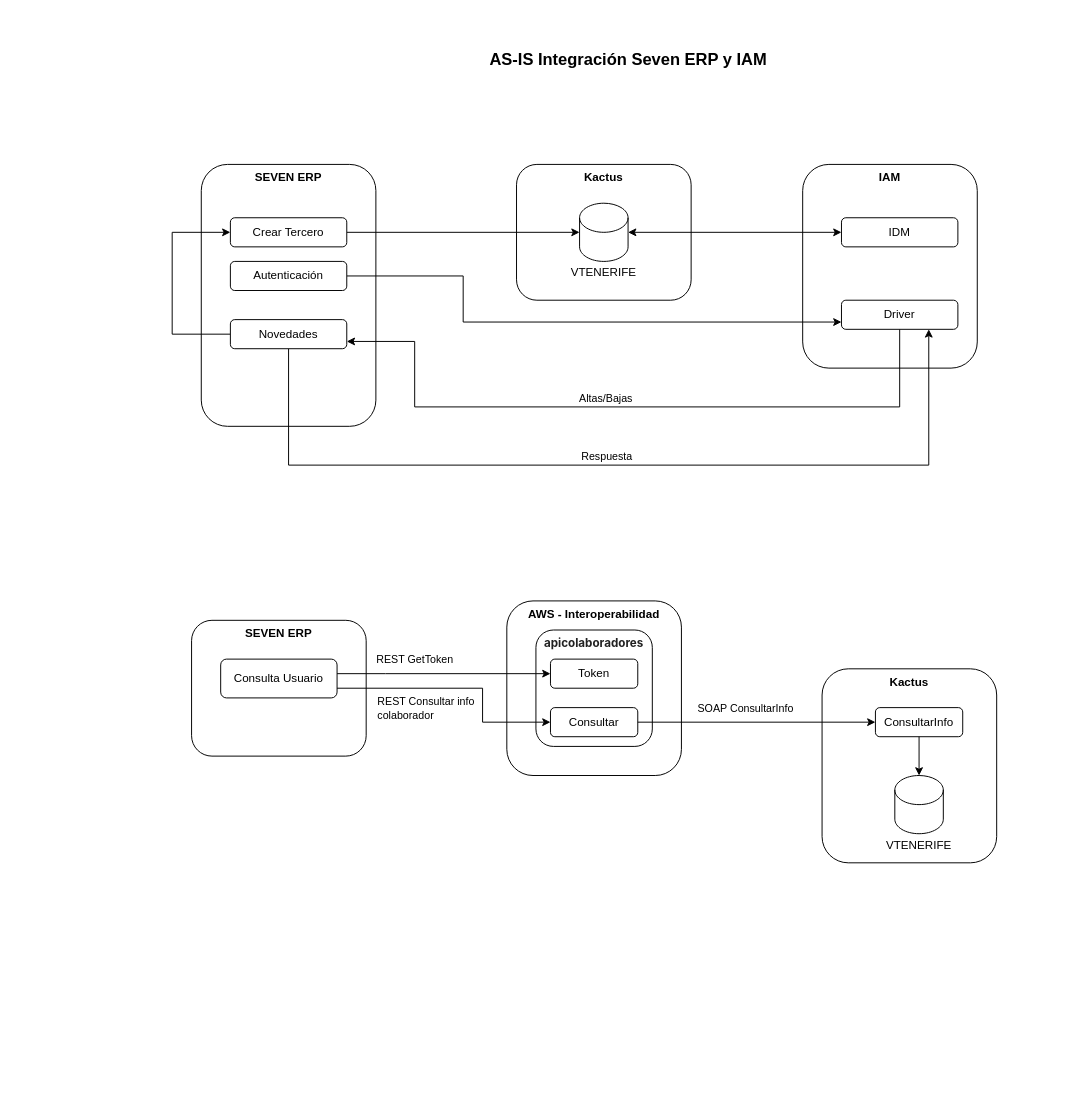
This is page "AS-IS" (1 of 2) of IAM-Seven.drawio from carlosvalderrama1204/diagrams, a draw.io file, before an edit. Source tidied: cells renumbered, new cells numbered last; positions are measured from the earlier drawing's top-left corner, leaving out a move shared by most shapes. Both pictures are drawn from the tidied source at 97%, with x=0, y=0 at pixel (172, 46).
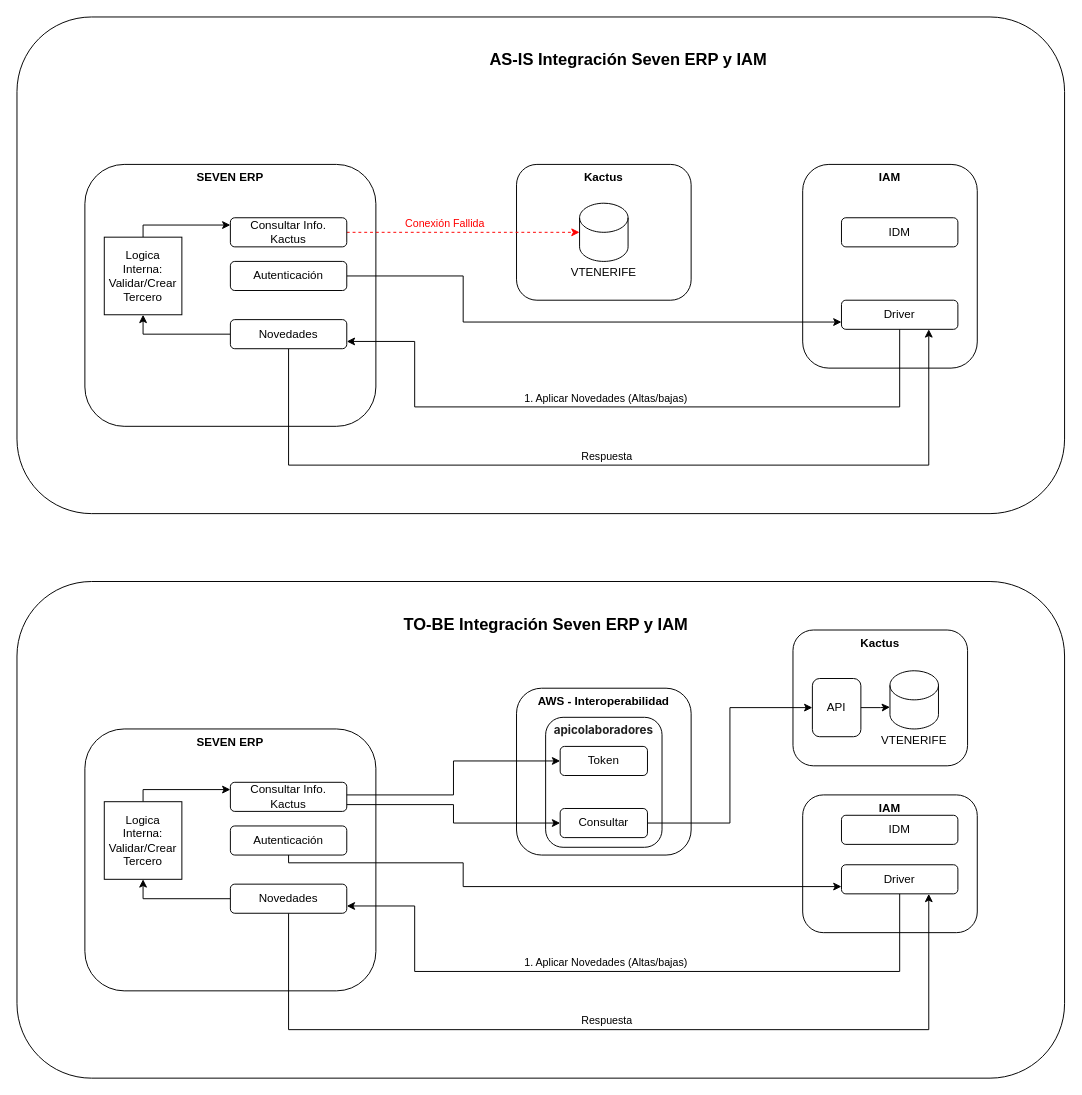
After the change.

The change refers to these unchanged cells:
```xml
<mxCell id="4" value="&lt;div&gt;&lt;br&gt;&lt;/div&gt;&lt;div&gt;&lt;br&gt;&lt;/div&gt;&lt;div&gt;&lt;br&gt;&lt;/div&gt;&lt;div&gt;&lt;br&gt;&lt;/div&gt;VTENERIFE" style="shape=cylinder3;whiteSpace=wrap;html=1;boundedLbl=1;backgroundOutline=1;size=15;" parent="1" vertex="1">
  <mxGeometry x="420" y="162" width="50" height="60" as="geometry" />
</mxCell>
<mxCell id="9" value="IDM" style="rounded=1;whiteSpace=wrap;html=1;" parent="1" vertex="1">
  <mxGeometry x="690" y="177" width="120" height="30" as="geometry" />
</mxCell>
<mxCell id="11" style="edgeStyle=orthogonalEdgeStyle;rounded=0;jettySize=auto;html=1;entryX=1;entryY=0.75;entryDx=0;entryDy=0;" parent="1" edge="1" source="13" target="19">
  <mxGeometry relative="1" as="geometry">
    <Array as="points">
      <mxPoint x="750" y="372" />
      <mxPoint x="250" y="372" />
      <mxPoint x="250" y="305" />
    </Array>
  </mxGeometry>
</mxCell>
<mxCell id="19" value="Novedades" style="rounded=1;whiteSpace=wrap;html=1;" parent="1" vertex="1">
  <mxGeometry x="60" y="282" width="120" height="30" as="geometry" />
</mxCell>
```

Change to the diagram source:
```diff
@@
+    <mxCell id="36" style="rounded=1;whiteSpace=wrap;html=1;" parent="1" vertex="1">
+      <mxGeometry x="-160" y="-30" width="1080" height="512" as="geometry" />
+    </mxCell>
     <mxCell id="2" value="&lt;span&gt;SEVEN ERP&lt;/span&gt;" style="rounded=1;whiteSpace=wrap;html=1;verticalAlign=top;fontStyle=1;" parent="1" vertex="1">
-      <mxGeometry x="30" y="122" width="180" height="270" as="geometry" />
+      <mxGeometry x="-90" y="122" width="300" height="270" as="geometry" />
     </mxCell>
@@
-    <mxCell id="5" style="edgeStyle=orthogonalEdgeStyle;rounded=0;jettySize=auto;html=1;" parent="1" edge="1" source="6" target="4">
+    <mxCell id="5" style="edgeStyle=orthogonalEdgeStyle;rounded=0;jettySize=auto;html=1;dashed=1;strokeColor=#FF0000;" parent="1" edge="1" source="6" target="4">
       <mxGeometry relative="1" as="geometry" />
     </mxCell>
+    <mxCell id="37" value="Conexión Fallida" style="edgeLabel;html=1;align=center;verticalAlign=middle;fontColor=#FF0000;" parent="5" vertex="1">
+      <mxGeometry x="-0.51" y="-1" relative="1" as="geometry">
+        <mxPoint x="41" y="-11" as="offset" />
+      </mxGeometry>
+    </mxCell>
-    <mxCell id="6" value="Crear Tercero" style="rounded=1;whiteSpace=wrap;html=1;" parent="1" vertex="1">
+    <mxCell id="6" value="Consultar Info. Kactus" style="rounded=1;whiteSpace=wrap;html=1;" parent="1" vertex="1">
       <mxGeometry x="60" y="177" width="120" height="30" as="geometry" />
     </mxCell>
@@
-    <mxCell id="10" style="endArrow=classic;startArrow=classic;html=1;rounded=0;exitX=1;exitY=0.5;exitDx=0;exitDy=0;exitPerimeter=0;" parent="1" edge="1" source="4" target="9">
-      <mxGeometry relative="1" as="geometry" />
-    </mxCell>
@@
-    <mxCell id="12" value="Altas/Bajas" style="edgeLabel;html=1;align=center;verticalAlign=middle;" parent="11" vertex="1">
+    <mxCell id="12" value="1. Aplicar Novedades (Altas/bajas)" style="edgeLabel;html=1;align=center;verticalAlign=middle;" parent="11" vertex="1">
       <mxGeometry x="0.25" y="-2" relative="1" as="geometry">
         <mxPoint x="64" y="-8" as="offset" />
       </mxGeometry>
     </mxCell>
@@
-    <mxCell id="16" style="edgeStyle=orthogonalEdgeStyle;rounded=0;jettySize=auto;html=1;entryX=0;entryY=0.5;entryDx=0;entryDy=0;" parent="1" edge="1" source="19" target="6">
-      <mxGeometry relative="1" as="geometry">
-        <Array as="points">
-          <mxPoint y="297" />
-          <mxPoint y="192" />
-        </Array>
-      </mxGeometry>
-    </mxCell>
@@
+    <mxCell id="38" style="edgeStyle=orthogonalEdgeStyle;rounded=0;jettySize=auto;html=1;" parent="1" edge="1" source="19" target="40">
+      <mxGeometry relative="1" as="geometry" />
+    </mxCell>
@@
+    <mxCell id="39" style="edgeStyle=orthogonalEdgeStyle;rounded=0;jettySize=auto;html=1;entryX=0;entryY=0.25;entryDx=0;entryDy=0;" parent="1" edge="1" source="40" target="6">
+      <mxGeometry relative="1" as="geometry">
+        <Array as="points">
+          <mxPoint x="-30" y="185" />
+        </Array>
+      </mxGeometry>
+    </mxCell>
+    <mxCell id="40" value="Logica Interna: Validar/Crear Tercero" style="whiteSpace=wrap;html=1;" parent="1" vertex="1">
+      <mxGeometry x="-70" y="197" width="80" height="80" as="geometry" />
+    </mxCell>
+    <mxCell id="41" style="rounded=1;whiteSpace=wrap;html=1;" parent="1" vertex="1">
+      <mxGeometry x="-160" y="552" width="1080" height="512" as="geometry" />
+    </mxCell>
     <mxCell id="20" value="&lt;span&gt;SEVEN ERP&lt;/span&gt;" style="rounded=1;whiteSpace=wrap;html=1;verticalAlign=top;fontStyle=1;" parent="1" vertex="1">
-      <mxGeometry x="20" y="592" width="180" height="140" as="geometry" />
+      <mxGeometry x="-90" y="704" width="300" height="270" as="geometry" />
     </mxCell>
-    <mxCell id="21" value="&lt;span&gt;AWS - Interoperabilidad&lt;/span&gt;" style="rounded=1;whiteSpace=wrap;html=1;verticalAlign=top;fontStyle=1;" parent="1" vertex="1">
-      <mxGeometry x="345" y="572" width="180" height="180" as="geometry" />
+    <mxCell id="21" value="AWS - Interoperabilidad" style="rounded=1;whiteSpace=wrap;html=1;verticalAlign=top;fontStyle=1;" parent="1" vertex="1">
+      <mxGeometry x="355" y="662" width="180" height="172" as="geometry" />
     </mxCell>
-    <mxCell id="22" value="Consulta Usuario" style="rounded=1;whiteSpace=wrap;html=1;" parent="1" vertex="1">
-      <mxGeometry x="50" y="632" width="120" height="40" as="geometry" />
-    </mxCell>
+    <mxCell id="42" value="Consultar Info. Kactus" style="rounded=1;whiteSpace=wrap;html=1;" parent="1" vertex="1">
+      <mxGeometry x="60" y="759" width="120" height="30" as="geometry" />
+    </mxCell>
+    <mxCell id="43" value="TO-BE Integración Seven ERP y IAM" style="text;html=1;align=center;verticalAlign=middle;strokeColor=none;fillColor=none;fontStyle=1;fontSize=17;" parent="1" vertex="1">
+      <mxGeometry x="235" y="582" width="300" height="30" as="geometry" />
+    </mxCell>
+    <mxCell id="44" value="&lt;span&gt;IAM&lt;/span&gt;" style="rounded=1;whiteSpace=wrap;html=1;verticalAlign=top;fontStyle=1;" parent="1" vertex="1">
+      <mxGeometry x="650" y="772" width="180" height="142" as="geometry" />
+    </mxCell>
+    <mxCell id="45" value="IDM" style="rounded=1;whiteSpace=wrap;html=1;" parent="1" vertex="1">
+      <mxGeometry x="690" y="793" width="120" height="30" as="geometry" />
+    </mxCell>
+    <mxCell id="46" style="edgeStyle=orthogonalEdgeStyle;rounded=0;jettySize=auto;html=1;entryX=1;entryY=0.75;entryDx=0;entryDy=0;" parent="1" edge="1" source="48" target="54">
+      <mxGeometry relative="1" as="geometry">
+        <Array as="points">
+          <mxPoint x="750" y="954" />
+          <mxPoint x="250" y="954" />
+          <mxPoint x="250" y="887" />
+        </Array>
+      </mxGeometry>
+    </mxCell>
+    <mxCell id="47" value="1. Aplicar Novedades (Altas/bajas)" style="edgeLabel;html=1;align=center;verticalAlign=middle;" parent="46" vertex="1">
+      <mxGeometry x="0.25" y="-2" relative="1" as="geometry">
+        <mxPoint x="64" y="-8" as="offset" />
+      </mxGeometry>
+    </mxCell>
+    <mxCell id="48" value="Driver" style="rounded=1;whiteSpace=wrap;html=1;" parent="1" vertex="1">
+      <mxGeometry x="690" y="844" width="120" height="30" as="geometry" />
+    </mxCell>
+    <mxCell id="49" style="edgeStyle=orthogonalEdgeStyle;rounded=0;jettySize=auto;html=1;entryX=0;entryY=0.75;entryDx=0;entryDy=0;" parent="1" edge="1" source="50" target="48">
+      <mxGeometry relative="1" as="geometry">
+        <Array as="points">
+          <mxPoint x="120" y="842" />
+          <mxPoint x="300" y="842" />
+          <mxPoint x="300" y="867" />
+        </Array>
+      </mxGeometry>
+    </mxCell>
+    <mxCell id="50" value="Autenticación" style="rounded=1;whiteSpace=wrap;html=1;" parent="1" vertex="1">
+      <mxGeometry x="60" y="804" width="120" height="30" as="geometry" />
+    </mxCell>
+    <mxCell id="51" style="edgeStyle=orthogonalEdgeStyle;rounded=0;jettySize=auto;html=1;entryX=0.75;entryY=1;entryDx=0;entryDy=0;" parent="1" edge="1" source="54" target="48">
+      <mxGeometry relative="1" as="geometry">
+        <Array as="points">
+          <mxPoint x="120" y="1014" />
+          <mxPoint x="780" y="1014" />
+        </Array>
+      </mxGeometry>
+    </mxCell>
+    <mxCell id="52" value="Respuesta" style="edgeLabel;html=1;align=center;verticalAlign=middle;" parent="51" vertex="1">
+      <mxGeometry x="-0.14" y="4" relative="1" as="geometry">
+        <mxPoint x="51" y="-6" as="offset" />
+      </mxGeometry>
+    </mxCell>
+    <mxCell id="53" style="edgeStyle=orthogonalEdgeStyle;rounded=0;jettySize=auto;html=1;" parent="1" edge="1" source="54" target="56">
+      <mxGeometry relative="1" as="geometry" />
+    </mxCell>
+    <mxCell id="54" value="Novedades" style="rounded=1;whiteSpace=wrap;html=1;" parent="1" vertex="1">
+      <mxGeometry x="60" y="864" width="120" height="30" as="geometry" />
+    </mxCell>
+    <mxCell id="55" style="edgeStyle=orthogonalEdgeStyle;rounded=0;jettySize=auto;html=1;entryX=0;entryY=0.25;entryDx=0;entryDy=0;" parent="1" edge="1" source="56" target="42">
+      <mxGeometry relative="1" as="geometry">
+        <Array as="points">
+          <mxPoint x="-30" y="767" />
+        </Array>
+      </mxGeometry>
+    </mxCell>
+    <mxCell id="56" value="Logica Interna: Validar/Crear Tercero" style="whiteSpace=wrap;html=1;" parent="1" vertex="1">
+      <mxGeometry x="-70" y="779" width="80" height="80" as="geometry" />
+    </mxCell>
     <mxCell id="23" value="&lt;span style=&quot;color: rgb(33, 33, 33); font-family: Inter, system-ui, -apple-system, BlinkMacSystemFont, &amp;quot;Segoe UI&amp;quot;, Roboto, Oxygen, Ubuntu, Cantarell, &amp;quot;Fira Sans&amp;quot;, &amp;quot;Droid Sans&amp;quot;, Helvetica, Arial, sans-serif; white-space-collapse: preserve; background-color: rgb(255, 255, 255);&quot;&gt;apicolaboradores&lt;/span&gt;" style="rounded=1;whiteSpace=wrap;html=1;fontStyle=1;verticalAlign=top;align=center;" parent="1" vertex="1">
-      <mxGeometry x="375" y="602" width="120" height="120" as="geometry" />
+      <mxGeometry x="385" y="692" width="120" height="134" as="geometry" />
     </mxCell>
     <mxCell id="24" value="Token" style="rounded=1;whiteSpace=wrap;html=1;" parent="1" vertex="1">
-      <mxGeometry x="390" y="632" width="90" height="30" as="geometry" />
+      <mxGeometry x="400" y="722" width="90" height="30" as="geometry" />
     </mxCell>
     <mxCell id="25" value="Consultar" style="rounded=1;whiteSpace=wrap;html=1;" parent="1" vertex="1">
-      <mxGeometry x="390" y="682" width="90" height="30" as="geometry" />
+      <mxGeometry x="400" y="786" width="90" height="30" as="geometry" />
     </mxCell>
-    <mxCell id="26" style="edgeStyle=orthogonalEdgeStyle;rounded=0;jettySize=auto;html=1;entryX=0;entryY=0.5;entryDx=0;entryDy=0;" parent="1" edge="1" source="22" target="24">
-      <mxGeometry relative="1" as="geometry">
-        <Array as="points">
-          <mxPoint x="220" y="647" />
-          <mxPoint x="220" y="647" />
-        </Array>
-      </mxGeometry>
-    </mxCell>
-    <mxCell id="27" value="REST GetToken" style="edgeLabel;html=1;align=center;verticalAlign=middle;" parent="26" vertex="1">
-      <mxGeometry x="-0.3" y="3" relative="1" as="geometry">
-        <mxPoint x="2" y="-12" as="offset" />
-      </mxGeometry>
-    </mxCell>
-    <mxCell id="28" style="edgeStyle=orthogonalEdgeStyle;rounded=0;jettySize=auto;html=1;entryX=0;entryY=0.5;entryDx=0;entryDy=0;" parent="1" edge="1" source="22" target="25">
-      <mxGeometry relative="1" as="geometry">
-        <Array as="points">
-          <mxPoint x="320" y="662" />
-          <mxPoint x="320" y="697" />
-        </Array>
-      </mxGeometry>
-    </mxCell>
-    <mxCell id="29" value="REST Consultar info&amp;nbsp;&lt;div&gt;colaborador&lt;/div&gt;" style="edgeLabel;html=1;align=left;verticalAlign=middle;" parent="28" vertex="1">
-      <mxGeometry x="-0.57" y="-4" relative="1" as="geometry">
-        <mxPoint x="-15" y="16" as="offset" />
-      </mxGeometry>
-    </mxCell>
+    <mxCell id="57" style="edgeStyle=orthogonalEdgeStyle;rounded=0;jettySize=auto;html=1;entryX=0;entryY=0.5;entryDx=0;entryDy=0;" parent="1" edge="1" source="42" target="24">
+      <mxGeometry relative="1" as="geometry">
+        <Array as="points">
+          <mxPoint x="290" y="772" />
+          <mxPoint x="290" y="737" />
+        </Array>
+      </mxGeometry>
+    </mxCell>
+    <mxCell id="58" style="edgeStyle=orthogonalEdgeStyle;rounded=0;jettySize=auto;html=1;entryX=0;entryY=0.5;entryDx=0;entryDy=0;" parent="1" edge="1" source="42" target="25">
+      <mxGeometry relative="1" as="geometry">
+        <Array as="points">
+          <mxPoint x="290" y="782" />
+          <mxPoint x="290" y="801" />
+        </Array>
+      </mxGeometry>
+    </mxCell>
     <mxCell id="30" value="&lt;span&gt;Kactus&lt;/span&gt;" style="rounded=1;whiteSpace=wrap;html=1;verticalAlign=top;fontStyle=1;" parent="1" vertex="1">
-      <mxGeometry x="670" y="642" width="180" height="200" as="geometry" />
+      <mxGeometry x="640" y="602" width="180" height="140" as="geometry" />
     </mxCell>
     <mxCell id="31" value="&lt;div&gt;&lt;br&gt;&lt;/div&gt;&lt;div&gt;&lt;br&gt;&lt;/div&gt;&lt;div&gt;&lt;br&gt;&lt;/div&gt;&lt;div&gt;&lt;br&gt;&lt;/div&gt;VTENERIFE" style="shape=cylinder3;whiteSpace=wrap;html=1;boundedLbl=1;backgroundOutline=1;size=15;" parent="1" vertex="1">
-      <mxGeometry x="745" y="752" width="50" height="60" as="geometry" />
+      <mxGeometry x="740" y="644" width="50" height="60" as="geometry" />
     </mxCell>
-    <mxCell id="32" value="ConsultarInfo" style="rounded=1;whiteSpace=wrap;html=1;" parent="1" vertex="1">
-      <mxGeometry x="725" y="682" width="90" height="30" as="geometry" />
-    </mxCell>
-    <mxCell id="33" style="edgeStyle=orthogonalEdgeStyle;rounded=0;jettySize=auto;html=1;entryX=0;entryY=0.5;entryDx=0;entryDy=0;" parent="1" edge="1" source="25" target="32">
-      <mxGeometry relative="1" as="geometry" />
-    </mxCell>
-    <mxCell id="34" value="SOAP ConsultarInfo" style="edgeLabel;html=1;align=center;verticalAlign=middle;" parent="33" vertex="1">
-      <mxGeometry x="-0.27" y="-1" relative="1" as="geometry">
-        <mxPoint x="21" y="-16" as="offset" />
-      </mxGeometry>
-    </mxCell>
-    <mxCell id="35" style="edgeStyle=orthogonalEdgeStyle;rounded=0;jettySize=auto;html=1;entryX=0.5;entryY=0;entryDx=0;entryDy=0;entryPerimeter=0;" parent="1" edge="1" source="32" target="31">
-      <mxGeometry relative="1" as="geometry" />
-    </mxCell>
+    <mxCell id="59" value="API" style="rounded=1;whiteSpace=wrap;html=1;" parent="1" vertex="1">
+      <mxGeometry x="660" y="652" width="50" height="60" as="geometry" />
+    </mxCell>
+    <mxCell id="60" style="edgeStyle=orthogonalEdgeStyle;rounded=0;jettySize=auto;html=1;entryX=0;entryY=0;entryDx=0;entryDy=37.5;entryPerimeter=0;" parent="1" edge="1" source="59" target="31">
+      <mxGeometry relative="1" as="geometry" />
+    </mxCell>
+    <mxCell id="61" style="edgeStyle=orthogonalEdgeStyle;rounded=0;jettySize=auto;html=1;entryX=0;entryY=0.5;entryDx=0;entryDy=0;" parent="1" edge="1" source="25" target="59">
+      <mxGeometry relative="1" as="geometry" />
+    </mxCell>
```
